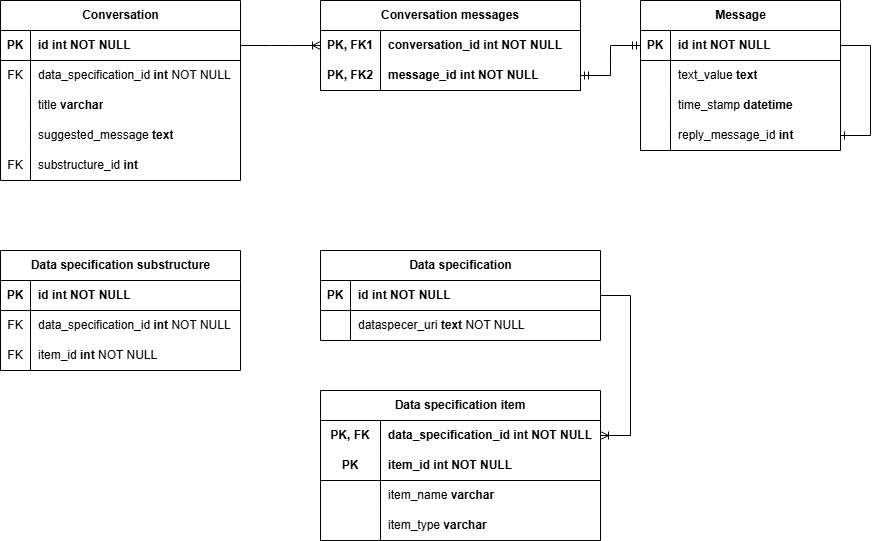
This is architecture/database-schema.png from Kwantigon/research-project, a draw.io export, as it was before one commit. Source tidied: cells renumbered, new cells last; positions are measured from the earlier drawing's top-left corner, leaving out a move shared by most shapes.
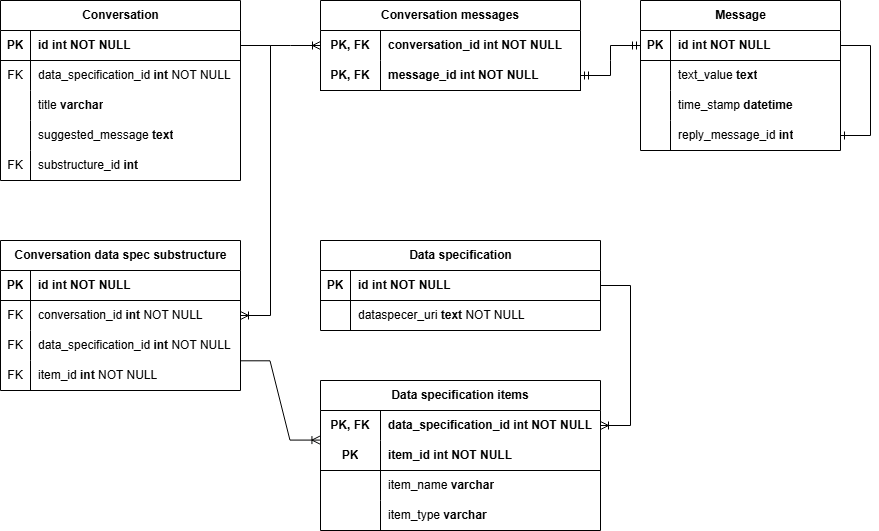
After the change.

Commit message:
White background for the database schema.

Change to the diagram source:
```diff
@@ -1,9 +1,9 @@
-<mxGraphModel>
+<mxGraphModel background="#ffffff">
   <root>
     <mxCell id="0" />
     <mxCell id="1" parent="0" />
-    <mxCell id="2" value="Data specification item" style="shape=table;startSize=30;rowLines=0;fontStyle=1;align=center;html=1;whiteSpace=wrap;" parent="1" vertex="1">
-      <mxGeometry x="320" y="390" width="280" height="150" as="geometry" />
+    <mxCell id="2" value="Data specification items" style="shape=table;startSize=30;rowLines=0;fontStyle=1;align=center;html=1;whiteSpace=wrap;" parent="1" vertex="1">
+      <mxGeometry x="320" y="380" width="280" height="150" as="geometry" />
     </mxCell>
     <mxCell id="3" style="shape=tableRow;horizontal=0;startSize=0;swimlaneHead=0;swimlaneBody=0;fillColor=none;points=[[0,0.5],[1,0.5]];portConstraint=eastwest;top=0;left=0;right=0;bottom=0;html=1;" parent="2" vertex="1">
       <mxGeometry y="30" width="280" height="30" as="geometry" />
@@ -95,7 +95,7 @@
     <mxCell id="32" style="shape=tableRow;horizontal=0;startSize=0;swimlaneHead=0;swimlaneBody=0;fillColor=none;points=[[0,0.5],[1,0.5]];portConstraint=eastwest;top=0;left=0;right=0;bottom=0;html=1;" parent="31" vertex="1">
       <mxGeometry y="30" width="260" height="30" as="geometry" />
     </mxCell>
-    <mxCell id="33" value="PK, FK1" style="shape=partialRectangle;fillColor=none;top=0;left=0;bottom=0;right=0;fontStyle=1;overflow=hidden;html=1;whiteSpace=wrap;" parent="32" vertex="1">
+    <mxCell id="33" value="PK, FK" style="shape=partialRectangle;fillColor=none;top=0;left=0;bottom=0;right=0;fontStyle=1;overflow=hidden;html=1;whiteSpace=wrap;" parent="32" vertex="1">
       <mxGeometry width="60" height="30" as="geometry" />
     </mxCell>
     <mxCell id="34" value="conversation_id int NOT NULL" style="shape=partialRectangle;fillColor=none;top=0;left=0;bottom=0;right=0;align=left;spacingLeft=6;fontStyle=1;overflow=hidden;html=1;whiteSpace=wrap;" parent="32" vertex="1">
@@ -104,14 +104,14 @@
     <mxCell id="35" style="shape=tableRow;horizontal=0;startSize=0;swimlaneHead=0;swimlaneBody=0;fillColor=none;points=[[0,0.5],[1,0.5]];portConstraint=eastwest;top=0;left=0;right=0;bottom=1;html=1;" parent="31" vertex="1">
       <mxGeometry y="60" width="260" height="30" as="geometry" />
     </mxCell>
-    <mxCell id="36" value="PK, FK2" style="shape=partialRectangle;fillColor=none;top=0;left=0;bottom=0;right=0;fontStyle=1;overflow=hidden;html=1;whiteSpace=wrap;" parent="35" vertex="1">
+    <mxCell id="36" value="PK, FK" style="shape=partialRectangle;fillColor=none;top=0;left=0;bottom=0;right=0;fontStyle=1;overflow=hidden;html=1;whiteSpace=wrap;" parent="35" vertex="1">
       <mxGeometry width="60" height="30" as="geometry" />
     </mxCell>
     <mxCell id="37" value="message_id int NOT NULL" style="shape=partialRectangle;fillColor=none;top=0;left=0;bottom=0;right=0;align=left;spacingLeft=6;fontStyle=1;overflow=hidden;html=1;whiteSpace=wrap;" parent="35" vertex="1">
       <mxGeometry x="60" width="200" height="30" as="geometry" />
     </mxCell>
     <mxCell id="38" value="Data specification" style="shape=table;startSize=30;rowLines=0;fontStyle=1;align=center;html=1;" parent="1" vertex="1">
-      <mxGeometry x="320" y="250" width="280" height="90" as="geometry" />
+      <mxGeometry x="320" y="240" width="280" height="90" as="geometry" />
     </mxCell>
     <mxCell id="39" style="shape=tableRow;horizontal=0;startSize=0;swimlaneHead=0;swimlaneBody=0;fillColor=none;points=[[0,0.5],[1,0.5]];portConstraint=eastwest;top=0;left=0;right=0;bottom=1;" parent="38" vertex="1">
       <mxGeometry y="30" width="280" height="30" as="geometry" />
@@ -179,8 +179,8 @@
     <mxCell id="60" style="edgeStyle=entityRelationEdgeStyle;fontSize=12;html=1;endArrow=ERmandOne;startArrow=ERmandOne;rounded=0;entryX=0;entryY=0.5;entryDx=0;entryDy=0;exitX=1;exitY=0.5;exitDx=0;exitDy=0;" parent="1" edge="1" source="35" target="47">
       <mxGeometry relative="1" as="geometry" />
     </mxCell>
-    <mxCell id="61" value="Data specification substructure" style="shape=table;startSize=30;rowLines=0;fontStyle=1;align=center;html=1;" parent="1" vertex="1">
-      <mxGeometry y="250" width="240" height="120" as="geometry" />
+    <mxCell id="61" value="Conversation data spec substructure" style="shape=table;startSize=30;rowLines=0;fontStyle=1;align=center;html=1;" parent="1" vertex="1">
+      <mxGeometry y="240" width="240" height="150" as="geometry" />
     </mxCell>
     <mxCell id="62" style="shape=tableRow;horizontal=0;startSize=0;swimlaneHead=0;swimlaneBody=0;fillColor=none;top=0;left=0;right=0;bottom=1;" parent="61" vertex="1">
       <mxGeometry y="30" width="240" height="30" as="geometry" />
@@ -197,7 +197,7 @@
     <mxCell id="66" value="FK" style="shape=partialRectangle;fillColor=none;top=0;left=0;bottom=0;right=0;overflow=hidden;whiteSpace=wrap;html=1;" parent="65" vertex="1">
       <mxGeometry width="30" height="30" as="geometry" />
     </mxCell>
-    <mxCell id="67" value="data_specification_id &lt;b&gt;int&lt;/b&gt;&amp;nbsp;NOT NULL" style="shape=partialRectangle;fillColor=none;top=0;left=0;bottom=0;right=0;align=left;spacingLeft=6;overflow=hidden;whiteSpace=wrap;html=1;" parent="65" vertex="1">
+    <mxCell id="67" value="conversation_id&amp;nbsp;&lt;b&gt;int&lt;/b&gt;&amp;nbsp;NOT NULL" style="shape=partialRectangle;fillColor=none;top=0;left=0;bottom=0;right=0;align=left;spacingLeft=6;overflow=hidden;whiteSpace=wrap;html=1;" parent="65" vertex="1">
       <mxGeometry x="30" width="210" height="30" as="geometry" />
     </mxCell>
     <mxCell id="68" style="shape=tableRow;horizontal=0;startSize=0;swimlaneHead=0;swimlaneBody=0;fillColor=none;top=0;left=0;right=0;bottom=0;" parent="61" vertex="1">
@@ -206,11 +206,26 @@
     <mxCell id="69" value="FK" style="shape=partialRectangle;fillColor=none;top=0;left=0;bottom=0;right=0;overflow=hidden;whiteSpace=wrap;html=1;" parent="68" vertex="1">
       <mxGeometry width="30" height="30" as="geometry" />
     </mxCell>
-    <mxCell id="70" value="item_id &lt;b&gt;int&lt;/b&gt;&amp;nbsp;NOT NULL" style="shape=partialRectangle;fillColor=none;top=0;left=0;bottom=0;right=0;align=left;spacingLeft=6;overflow=hidden;whiteSpace=wrap;html=1;" parent="68" vertex="1">
+    <mxCell id="70" value="data_specification_id&amp;nbsp;&lt;b&gt;int&lt;/b&gt;&amp;nbsp;NOT NULL" style="shape=partialRectangle;fillColor=none;top=0;left=0;bottom=0;right=0;align=left;spacingLeft=6;overflow=hidden;whiteSpace=wrap;html=1;" parent="68" vertex="1">
       <mxGeometry x="30" width="210" height="30" as="geometry" />
     </mxCell>
+    <mxCell id="72" style="shape=tableRow;horizontal=0;startSize=0;swimlaneHead=0;swimlaneBody=0;fillColor=none;points=[[0,0.5],[1,0.5]];portConstraint=eastwest;top=0;left=0;right=0;bottom=0;" parent="61" vertex="1">
+      <mxGeometry y="120" width="240" height="30" as="geometry" />
+    </mxCell>
+    <mxCell id="73" value="FK" style="shape=partialRectangle;fillColor=none;top=0;left=0;bottom=0;right=0;overflow=hidden;whiteSpace=wrap;html=1;" parent="72" vertex="1">
+      <mxGeometry width="30" height="30" as="geometry" />
+    </mxCell>
+    <mxCell id="74" value="item_id&amp;nbsp;&lt;b&gt;int&lt;/b&gt;&amp;nbsp;NOT NULL" style="shape=partialRectangle;fillColor=none;top=0;left=0;bottom=0;right=0;align=left;spacingLeft=6;overflow=hidden;whiteSpace=wrap;html=1;" parent="72" vertex="1">
+      <mxGeometry x="30" width="210" height="30" as="geometry" />
+    </mxCell>
     <mxCell id="71" style="edgeStyle=entityRelationEdgeStyle;fontSize=12;html=1;endArrow=ERoneToMany;rounded=0;entryX=1;entryY=0.5;entryDx=0;entryDy=0;exitX=1;exitY=0.5;exitDx=0;exitDy=0;" parent="1" edge="1" source="39" target="3">
       <mxGeometry relative="1" as="geometry" />
     </mxCell>
+    <mxCell id="75" style="edgeStyle=entityRelationEdgeStyle;fontSize=12;html=1;endArrow=ERoneToMany;rounded=0;exitX=1;exitY=0.5;exitDx=0;exitDy=0;entryX=1;entryY=0.5;entryDx=0;entryDy=0;" parent="1" edge="1" source="16" target="65">
+      <mxGeometry relative="1" as="geometry" />
+    </mxCell>
+    <mxCell id="76" style="edgeStyle=entityRelationEdgeStyle;fontSize=12;html=1;endArrow=ERoneToMany;rounded=0;exitX=0.998;exitY=0.01;exitDx=0;exitDy=0;exitPerimeter=0;entryX=-0.002;entryY=-0.014;entryDx=0;entryDy=0;entryPerimeter=0;" parent="1" edge="1" source="72" target="6">
+      <mxGeometry relative="1" as="geometry" />
+    </mxCell>
   </root>
 </mxGraphModel>
```
